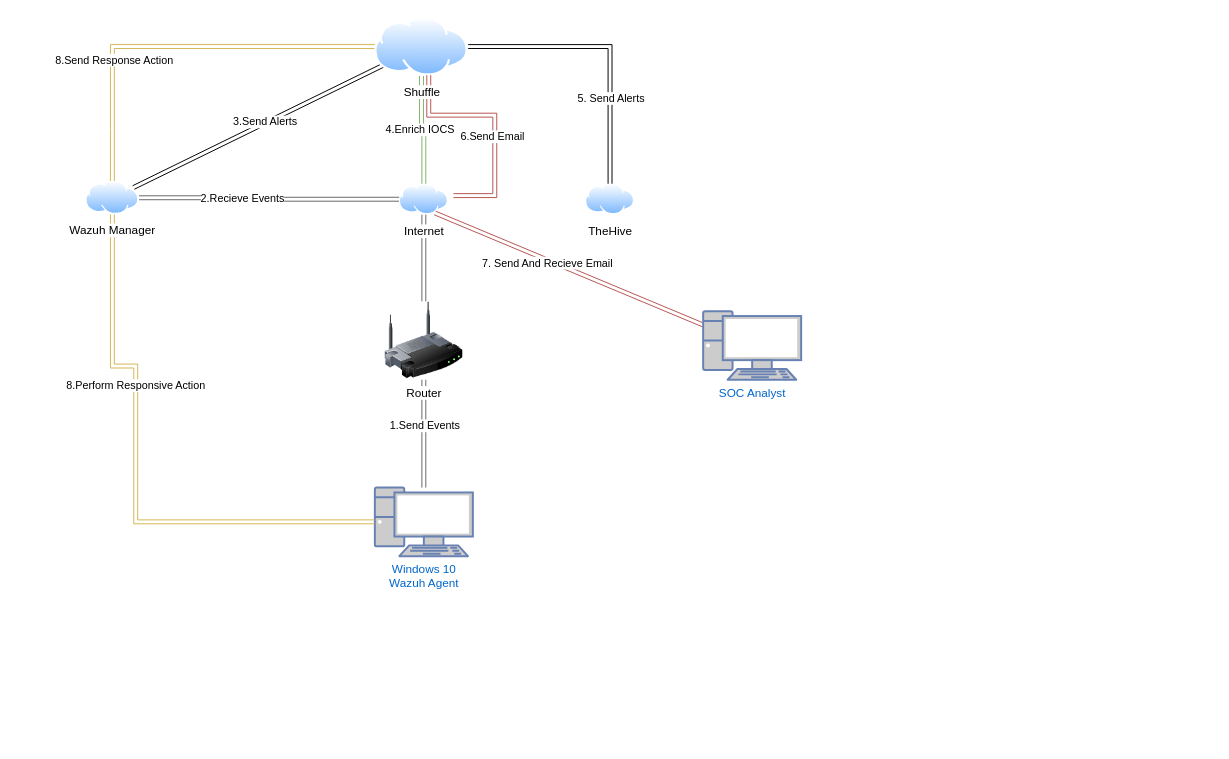
Above: Untitled Diagram.drawio in ElApostador/ElApostador (draw.io), before the change. Source tidied: cells renumbered, new cells numbered last; positions are measured from the earlier drawing's top-left corner, leaving out a move shared by most shapes. Both pictures are drawn from the tidied source at 98%, with x=0, y=0 at pixel (85, 17).
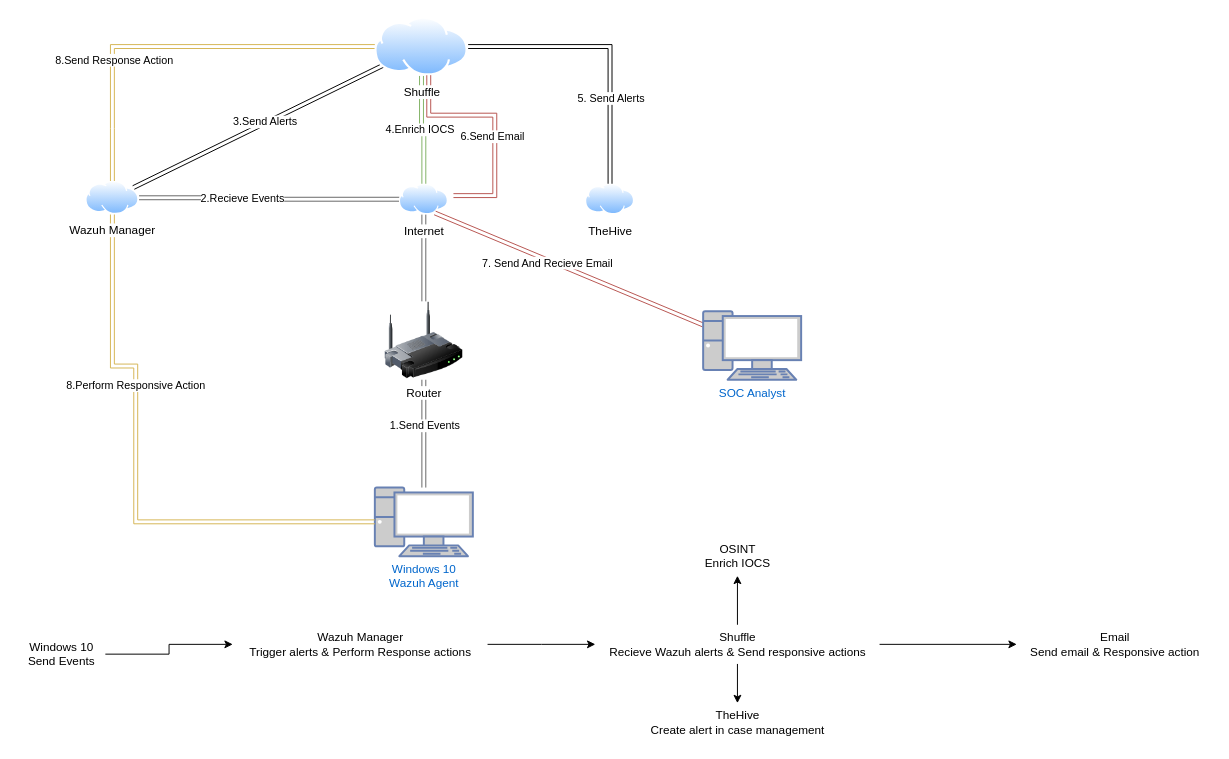
Above is the later version.

What changed in the source:
```diff
@@
+    <mxCell id="28" style="edgeStyle=orthogonalEdgeStyle;rounded=0;jettySize=auto;html=1;" parent="1" edge="1" source="29" target="31">
+      <mxGeometry relative="1" as="geometry" />
+    </mxCell>
+    <mxCell id="29" value="&lt;div&gt;Windows 10&lt;/div&gt;&lt;div&gt;Send Events&lt;br&gt;&lt;/div&gt;" style="text;html=1;align=center;verticalAlign=middle;points=[];strokeColor=none;fillColor=none;" parent="1" vertex="1">
+      <mxGeometry x="-70" y="630" width="90" height="40" as="geometry" />
+    </mxCell>
+    <mxCell id="30" style="edgeStyle=orthogonalEdgeStyle;rounded=0;jettySize=auto;html=1;" parent="1" edge="1" source="31">
+      <mxGeometry relative="1" as="geometry">
+        <mxPoint x="520" y="640" as="targetPoint" />
+      </mxGeometry>
+    </mxCell>
+    <mxCell id="31" value="&lt;div&gt;Wazuh Manager&lt;/div&gt;&lt;div&gt;Trigger alerts &amp;amp; Perform Response actions&lt;br&gt;&lt;/div&gt;" style="text;html=1;align=center;verticalAlign=middle;points=[];strokeColor=none;fillColor=none;" parent="1" vertex="1">
+      <mxGeometry x="150" y="620" width="260" height="40" as="geometry" />
+    </mxCell>
+    <mxCell id="32" style="edgeStyle=orthogonalEdgeStyle;rounded=0;jettySize=auto;html=1;" parent="1" edge="1" source="35" target="38">
+      <mxGeometry relative="1" as="geometry" />
+    </mxCell>
+    <mxCell id="33" style="edgeStyle=orthogonalEdgeStyle;rounded=0;jettySize=auto;html=1;" parent="1" edge="1" source="35" target="36">
+      <mxGeometry relative="1" as="geometry" />
+    </mxCell>
+    <mxCell id="34" style="edgeStyle=orthogonalEdgeStyle;rounded=0;jettySize=auto;html=1;" parent="1" edge="1" source="35" target="37">
+      <mxGeometry relative="1" as="geometry" />
+    </mxCell>
+    <mxCell id="35" value="&lt;div&gt;Shuffle&lt;/div&gt;&lt;div&gt;Recieve Wazuh alerts &amp;amp; Send responsive actions&lt;br&gt;&lt;/div&gt;" style="text;html=1;align=center;verticalAlign=middle;points=[];strokeColor=none;fillColor=none;" parent="1" vertex="1">
+      <mxGeometry x="520" y="620" width="290" height="40" as="geometry" />
+    </mxCell>
+    <mxCell id="36" value="&lt;div&gt;TheHive&lt;br&gt;&lt;/div&gt;&lt;div&gt;Create alert in case management&lt;br&gt;&lt;/div&gt;" style="text;html=1;align=center;verticalAlign=middle;points=[];strokeColor=none;fillColor=none;" parent="1" vertex="1">
+      <mxGeometry x="560" y="700" width="210" height="40" as="geometry" />
+    </mxCell>
+    <mxCell id="37" value="&lt;div&gt;OSINT&lt;/div&gt;&lt;div&gt;Enrich IOCS&lt;br&gt;&lt;/div&gt;" style="text;html=1;align=center;verticalAlign=middle;points=[];strokeColor=none;fillColor=none;" parent="1" vertex="1">
+      <mxGeometry x="620" y="530" width="90" height="40" as="geometry" />
+    </mxCell>
+    <mxCell id="38" value="&lt;div&gt;Email&lt;/div&gt;&lt;div&gt;Send email &amp;amp; Responsive action&lt;br&gt;&lt;/div&gt;" style="text;html=1;align=center;verticalAlign=middle;points=[];strokeColor=none;fillColor=none;" parent="1" vertex="1">
+      <mxGeometry x="950" y="620" width="200" height="40" as="geometry" />
+    </mxCell>
```
